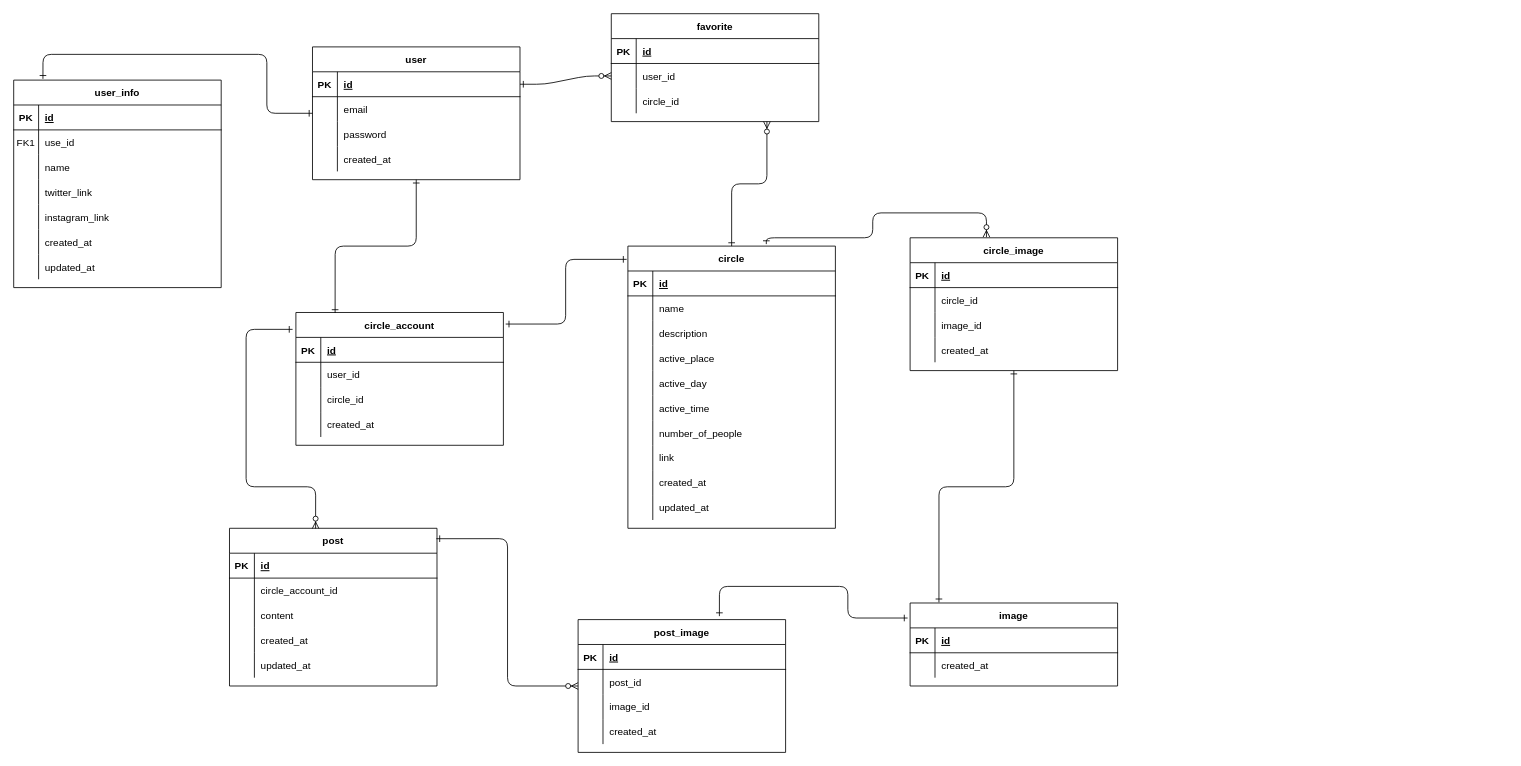
mokupuro/drow.io keeps this draw.io diagram as kurakan.drawio. Above is the earlier version. Source tidied: cells renumbered, new cells numbered last; positions are measured from the earlier drawing's top-left corner, leaving out a move shared by most shapes. Both pictures are drawn from the tidied source at 83%, with x=0, y=0 at pixel (13, 13).
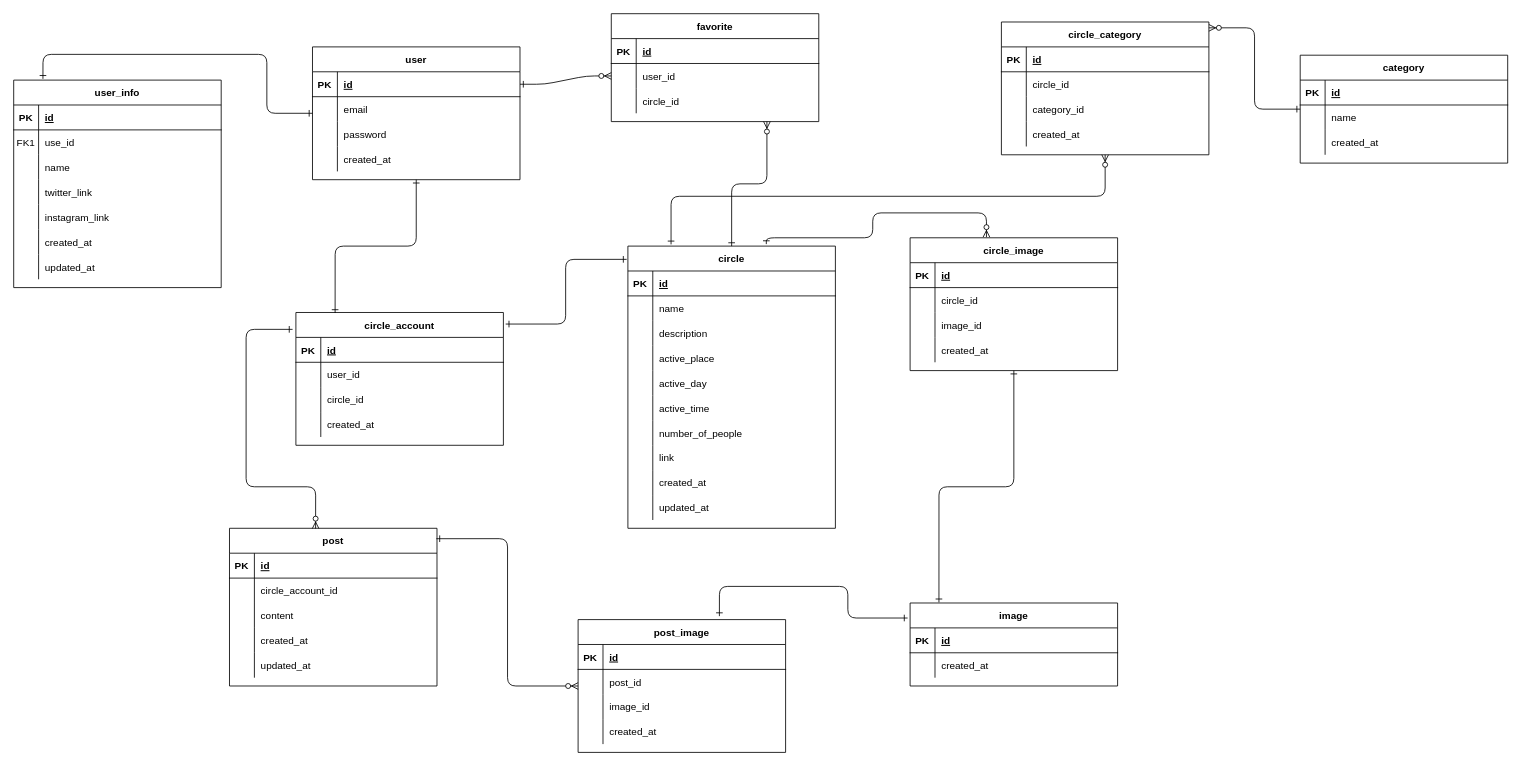
Above is the later version.

Commit message:
カテゴリーテーブルを追加

Unchanged cells that the change refers to:
```xml
<mxCell id="49" value="circle" style="shape=table;startSize=30;childLayout=tableLayout;rowLines=0;fontStyle=1;align=center;" parent="1" vertex="1">
  <mxGeometry x="740" y="280" width="250" height="340" as="geometry" />
</mxCell>
```

Change to the diagram source:
```diff
@@
+    <mxCell id="150" value="circle_category" style="shape=table;startSize=30;childLayout=tableLayout;rowLines=0;fontStyle=1;align=center;" parent="1" vertex="1">
+      <mxGeometry x="1190" y="10" width="250" height="160" as="geometry" />
+    </mxCell>
+    <mxCell id="151" style="shape=partialRectangle;fillColor=none;top=0;left=0;right=0;bottom=1;" parent="150" vertex="1">
+      <mxGeometry y="30" width="250" height="30" as="geometry" />
+    </mxCell>
+    <mxCell id="152" value="PK" style="shape=partialRectangle;overflow=hidden;fillColor=none;top=0;left=0;bottom=0;right=0;fontStyle=1;" parent="151" vertex="1">
+      <mxGeometry width="30" height="30" as="geometry" />
+    </mxCell>
+    <mxCell id="153" value="id" style="shape=partialRectangle;overflow=hidden;fillColor=none;top=0;left=0;bottom=0;right=0;align=left;spacingLeft=6;fontStyle=5;" parent="151" vertex="1">
+      <mxGeometry x="30" width="220" height="30" as="geometry" />
+    </mxCell>
+    <mxCell id="154" style="shape=partialRectangle;fillColor=none;top=0;left=0;right=0;bottom=0;" parent="150" vertex="1">
+      <mxGeometry y="60" width="250" height="30" as="geometry" />
+    </mxCell>
+    <mxCell id="155" style="shape=partialRectangle;overflow=hidden;fillColor=none;top=0;left=0;bottom=0;right=0;" parent="154" vertex="1">
+      <mxGeometry width="30" height="30" as="geometry" />
+    </mxCell>
+    <mxCell id="156" value="circle_id" style="shape=partialRectangle;overflow=hidden;fillColor=none;top=0;left=0;bottom=0;right=0;align=left;spacingLeft=6;" parent="154" vertex="1">
+      <mxGeometry x="30" width="220" height="30" as="geometry" />
+    </mxCell>
+    <mxCell id="157" style="shape=partialRectangle;fillColor=none;top=0;left=0;right=0;bottom=0;" parent="150" vertex="1">
+      <mxGeometry y="90" width="250" height="30" as="geometry" />
+    </mxCell>
+    <mxCell id="158" style="shape=partialRectangle;overflow=hidden;fillColor=none;top=0;left=0;bottom=0;right=0;" parent="157" vertex="1">
+      <mxGeometry width="30" height="30" as="geometry" />
+    </mxCell>
+    <mxCell id="159" value="category_id" style="shape=partialRectangle;overflow=hidden;fillColor=none;top=0;left=0;bottom=0;right=0;align=left;spacingLeft=6;" parent="157" vertex="1">
+      <mxGeometry x="30" width="220" height="30" as="geometry" />
+    </mxCell>
+    <mxCell id="160" style="shape=partialRectangle;fillColor=none;top=0;left=0;right=0;bottom=0;" parent="150" vertex="1">
+      <mxGeometry y="120" width="250" height="30" as="geometry" />
+    </mxCell>
+    <mxCell id="161" style="shape=partialRectangle;overflow=hidden;fillColor=none;top=0;left=0;bottom=0;right=0;" parent="160" vertex="1">
+      <mxGeometry width="30" height="30" as="geometry" />
+    </mxCell>
+    <mxCell id="162" value="created_at" style="shape=partialRectangle;overflow=hidden;fillColor=none;top=0;left=0;bottom=0;right=0;align=left;spacingLeft=6;" parent="160" vertex="1">
+      <mxGeometry x="30" width="220" height="30" as="geometry" />
+    </mxCell>
+    <mxCell id="163" value="category" style="shape=table;startSize=30;childLayout=tableLayout;rowLines=0;fontStyle=1;align=center;" parent="1" vertex="1">
+      <mxGeometry x="1550" y="50" width="250" height="130" as="geometry" />
+    </mxCell>
+    <mxCell id="164" style="shape=partialRectangle;fillColor=none;top=0;left=0;right=0;bottom=1;" parent="163" vertex="1">
+      <mxGeometry y="30" width="250" height="30" as="geometry" />
+    </mxCell>
+    <mxCell id="165" value="PK" style="shape=partialRectangle;overflow=hidden;fillColor=none;top=0;left=0;bottom=0;right=0;fontStyle=1;" parent="164" vertex="1">
+      <mxGeometry width="30" height="30" as="geometry" />
+    </mxCell>
+    <mxCell id="166" value="id" style="shape=partialRectangle;overflow=hidden;fillColor=none;top=0;left=0;bottom=0;right=0;align=left;spacingLeft=6;fontStyle=5;" parent="164" vertex="1">
+      <mxGeometry x="30" width="220" height="30" as="geometry" />
+    </mxCell>
+    <mxCell id="167" style="shape=partialRectangle;fillColor=none;top=0;left=0;right=0;bottom=0;" parent="163" vertex="1">
+      <mxGeometry y="60" width="250" height="30" as="geometry" />
+    </mxCell>
+    <mxCell id="168" style="shape=partialRectangle;overflow=hidden;fillColor=none;top=0;left=0;bottom=0;right=0;" parent="167" vertex="1">
+      <mxGeometry width="30" height="30" as="geometry" />
+    </mxCell>
+    <mxCell id="169" value="name" style="shape=partialRectangle;overflow=hidden;fillColor=none;top=0;left=0;bottom=0;right=0;align=left;spacingLeft=6;" parent="167" vertex="1">
+      <mxGeometry x="30" width="220" height="30" as="geometry" />
+    </mxCell>
+    <mxCell id="170" style="shape=partialRectangle;fillColor=none;top=0;left=0;right=0;bottom=0;" parent="163" vertex="1">
+      <mxGeometry y="90" width="250" height="30" as="geometry" />
+    </mxCell>
+    <mxCell id="171" style="shape=partialRectangle;overflow=hidden;fillColor=none;top=0;left=0;bottom=0;right=0;" parent="170" vertex="1">
+      <mxGeometry width="30" height="30" as="geometry" />
+    </mxCell>
+    <mxCell id="172" value="created_at" style="shape=partialRectangle;overflow=hidden;fillColor=none;top=0;left=0;bottom=0;right=0;align=left;spacingLeft=6;" parent="170" vertex="1">
+      <mxGeometry x="30" width="220" height="30" as="geometry" />
+    </mxCell>
+    <mxCell id="173" style="endArrow=ERzeroToMany;startArrow=ERone;endFill=1;startFill=0;edgeStyle=orthogonalEdgeStyle;exitX=0.208;exitY=-0.006;exitDx=0;exitDy=0;exitPerimeter=0;" parent="1" edge="1" source="49" target="150">
+      <mxGeometry relative="1" as="geometry">
+        <Array as="points">
+          <mxPoint x="792" y="220" />
+          <mxPoint x="1315" y="220" />
+        </Array>
+      </mxGeometry>
+    </mxCell>
+    <mxCell id="174" style="endArrow=ERzeroToMany;startArrow=ERone;endFill=1;startFill=0;edgeStyle=orthogonalEdgeStyle;entryX=1;entryY=0.044;entryDx=0;entryDy=0;entryPerimeter=0;" parent="1" edge="1" source="163" target="150">
+      <mxGeometry relative="1" as="geometry" />
+    </mxCell>
```
